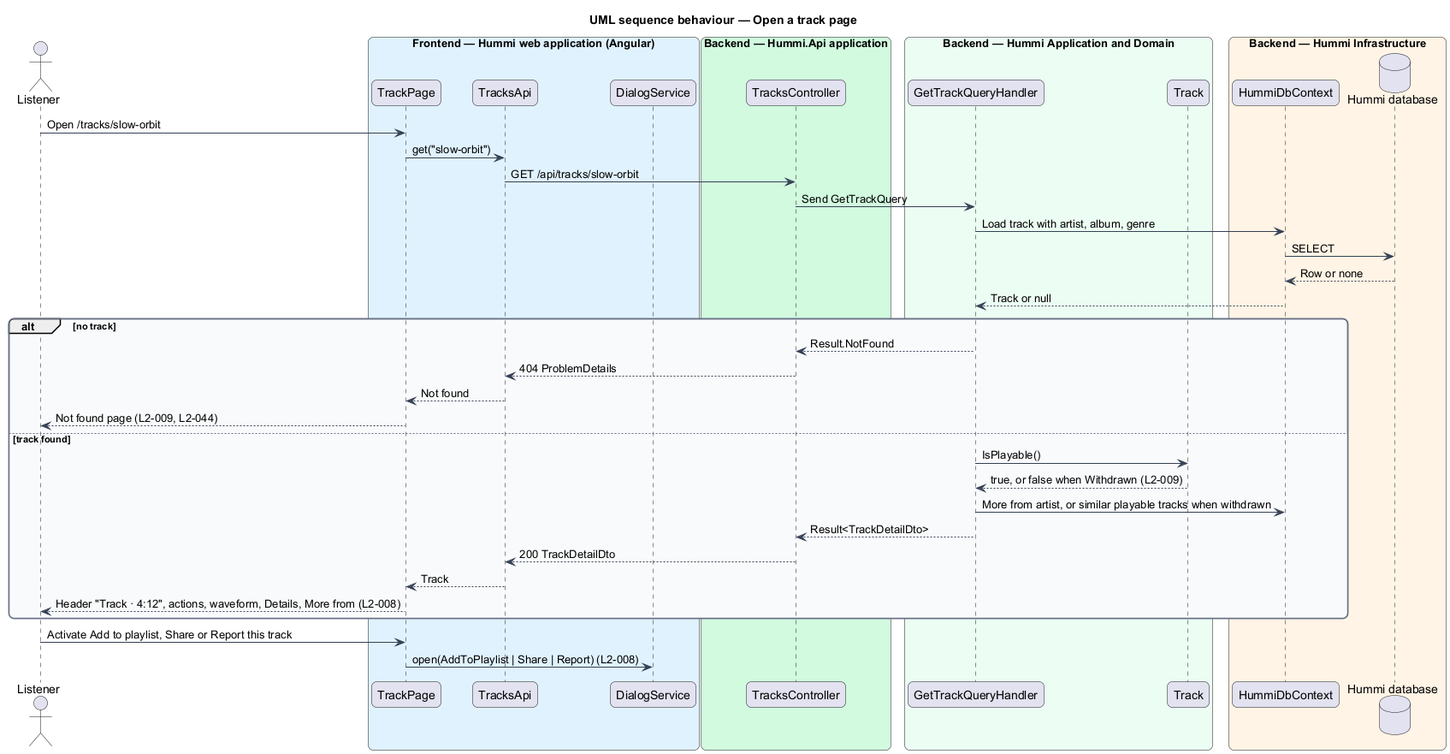
This is docs/detailed-designs/catalogue/view-track/diagrams/sequence-open-track.png from QuinntyneBrown/hummi, a PlantUML export, as it was before one commit. Its diagram source:
```plantuml
@startuml
title UML sequence behaviour — Open a track page
skinparam backgroundColor #FFFFFF
skinparam shadowing false
skinparam roundcorner 12
skinparam defaultFontName Arial
skinparam ArrowColor #344054
skinparam rectangle {
  BorderColor #344054
  FontColor #101828
}
skinparam package {
  BorderColor #667085
  FontColor #101828
  BackgroundColor #F9FAFB
}
actor "Listener" as u
box "Frontend — Hummi web application (Angular)" #E0F2FE
  participant "TrackPage" as page
  participant "TracksApi" as client
  participant "DialogService" as dialogs
end box
box "Backend — Hummi.Api application" #D1FADF
  participant "TracksController" as ctl
end box
box "Backend — Hummi Application and Domain" #ECFDF3
  participant "GetTrackQueryHandler" as q
  participant "Track" as track
end box
box "Backend — Hummi Infrastructure" #FFF4E5
  participant "HummiDbContext" as ctx
  database "Hummi database" as db
end box
u -> page : Open /tracks/slow-orbit
page -> client : get("slow-orbit")
client -> ctl : GET /api/tracks/slow-orbit
ctl -> q : Send GetTrackQuery
q -> ctx : Load track with artist, album, genre
ctx -> db : SELECT
db --> ctx : Row or none
ctx --> q : Track or null
alt no track
  q --> ctl : Result.NotFound
  ctl --> client : 404 ProblemDetails
  client --> page : Not found
  page --> u : Not found page (L2-009, L2-044)
else track found
  q -> track : IsPlayable()
  track --> q : true, or false when Withdrawn (L2-009)
  q -> ctx : More from artist, or similar playable tracks when withdrawn
  q --> ctl : Result<TrackDetailDto>
  ctl --> client : 200 TrackDetailDto
  client --> page : Track
  page --> u : Header "Track · 4:12", actions, waveform, Details, More from (L2-008)
end
u -> page : Activate Add to playlist, Share or Report this track
page -> dialogs : open(AddToPlaylist | Share | Report) (L2-008)
@enduml
```
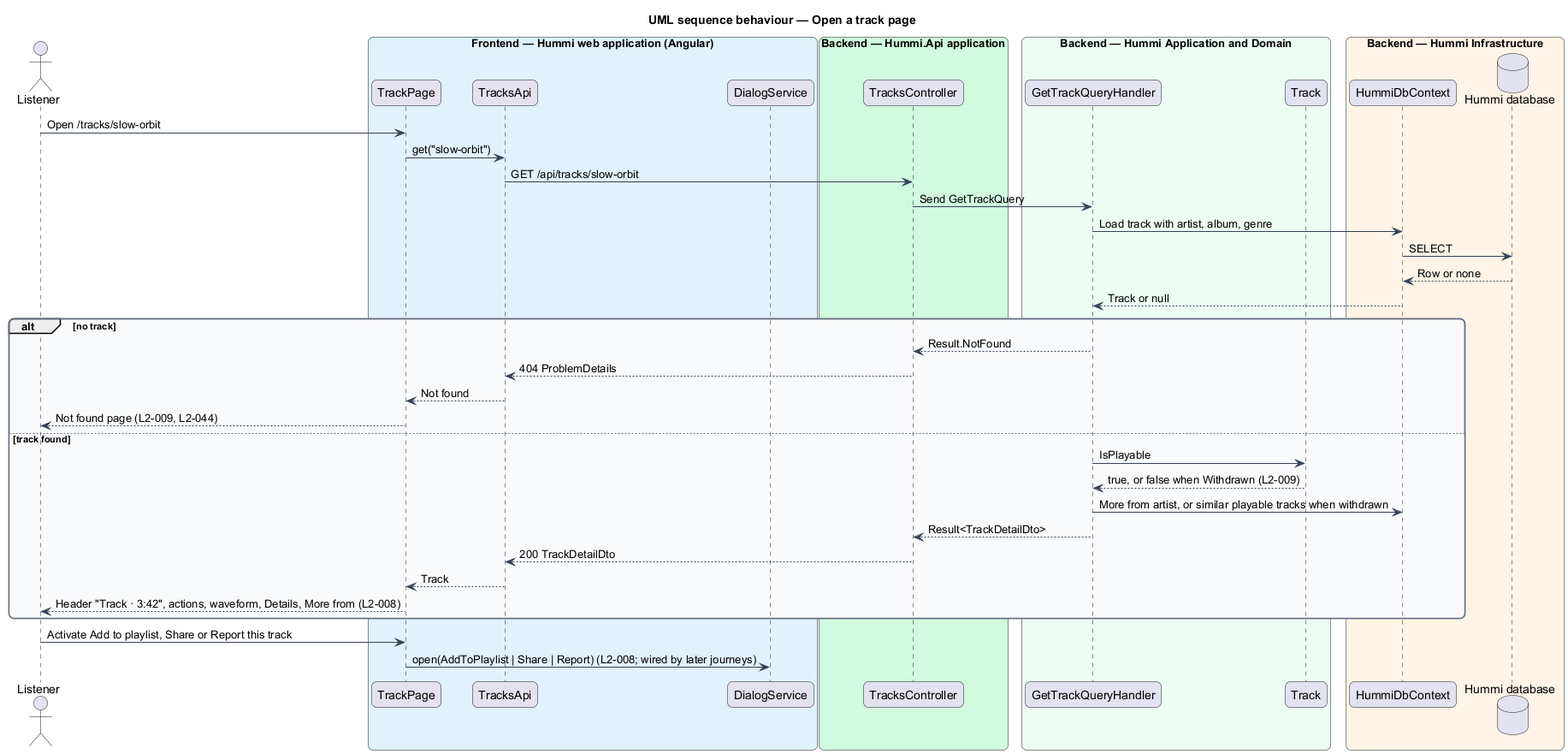
Above is the later version.

What changed in the source:
```diff
@@ -45,14 +45,14 @@
   client --> page : Not found
   page --> u : Not found page (L2-009, L2-044)
 else track found
-  q -> track : IsPlayable()
+  q -> track : IsPlayable
   track --> q : true, or false when Withdrawn (L2-009)
   q -> ctx : More from artist, or similar playable tracks when withdrawn
   q --> ctl : Result<TrackDetailDto>
   ctl --> client : 200 TrackDetailDto
   client --> page : Track
-  page --> u : Header "Track · 4:12", actions, waveform, Details, More from (L2-008)
+  page --> u : Header "Track · 3:42", actions, waveform, Details, More from (L2-008)
 end
 u -> page : Activate Add to playlist, Share or Report this track
-page -> dialogs : open(AddToPlaylist | Share | Report) (L2-008)
+page -> dialogs : open(AddToPlaylist | Share | Report) (L2-008; wired by later journeys)
 @enduml
```
